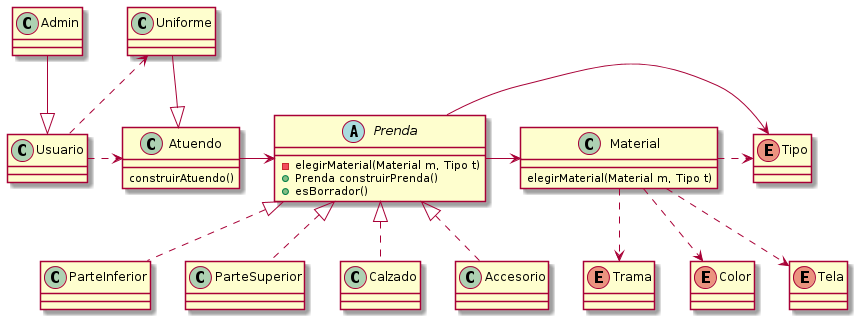
This is assets/class-diagram.png from dds-tps/qmp-iteracion2, a PlantUML export, as it was before one commit. The source it was exported from:
```plantuml
@startuml
Prenda -right-> Tipo
Prenda -right-> Material

Prenda <|.down. ParteInferior
Prenda <|.down. ParteSuperior
Prenda <|.down. Calzado
Prenda <|.down. Accesorio

Uniforme -up-|> Atuendo
Atuendo -right-> Prenda

Material .down.> Trama
Material .down.> Color
Material .down.> Tela
Material .right.> Tipo

Usuario .right.> Atuendo
Usuario .up.> Uniforme

Admin -down-|> Usuario

abstract class Prenda{
        -elegirMaterial(Material m, Tipo t)
        +Prenda construirPrenda()
        +esBorrador()
}
enum Tipo
class Material{
        elegirMaterial(Material m, Tipo t)
}
enum Tela
enum Color
enum Trama

class Uniforme{
}
class Atuendo{
        construirAtuendo()
}

class Usuario
class Admin

class ParteSuperior
class ParteInferior
class Calzado
class Accesorio

@enduml
```
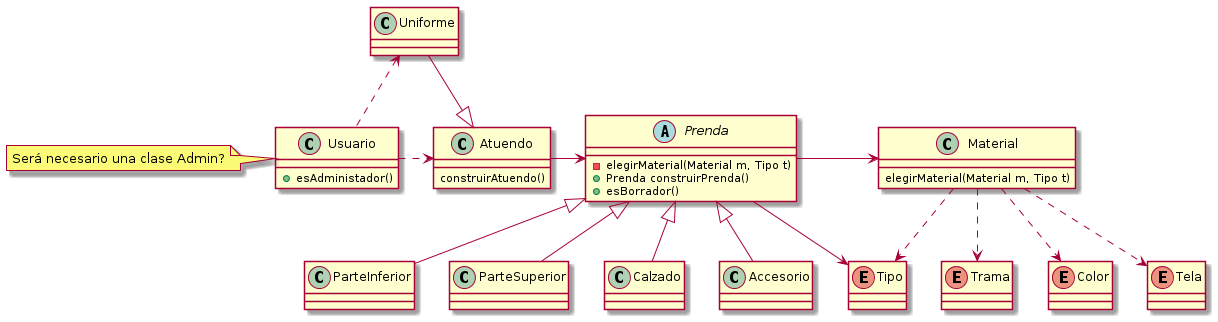
After the change.

What changed in the source:
```diff
@@ -1,11 +1,13 @@
 @startuml
-Prenda -right-> Tipo
+note left of Usuario : Será necesario una clase Admin?
+
+Prenda --> Tipo
 Prenda -right-> Material
 
-Prenda <|.down. ParteInferior
-Prenda <|.down. ParteSuperior
-Prenda <|.down. Calzado
-Prenda <|.down. Accesorio
+Prenda <|-down- ParteInferior
+Prenda <|-down- ParteSuperior
+Prenda <|-down- Calzado
+Prenda <|-down- Accesorio
 
 Uniforme -up-|> Atuendo
 Atuendo -right-> Prenda
@@ -17,8 +19,6 @@
 
 Usuario .right.> Atuendo
 Usuario .up.> Uniforme
-
-Admin -down-|> Usuario
 
 abstract class Prenda{
         -elegirMaterial(Material m, Tipo t)
@@ -39,8 +39,9 @@
         construirAtuendo()
 }
 
-class Usuario
-class Admin
+class Usuario{
+        +esAdministador()
+}
 
 class ParteSuperior
 class ParteInferior
```
